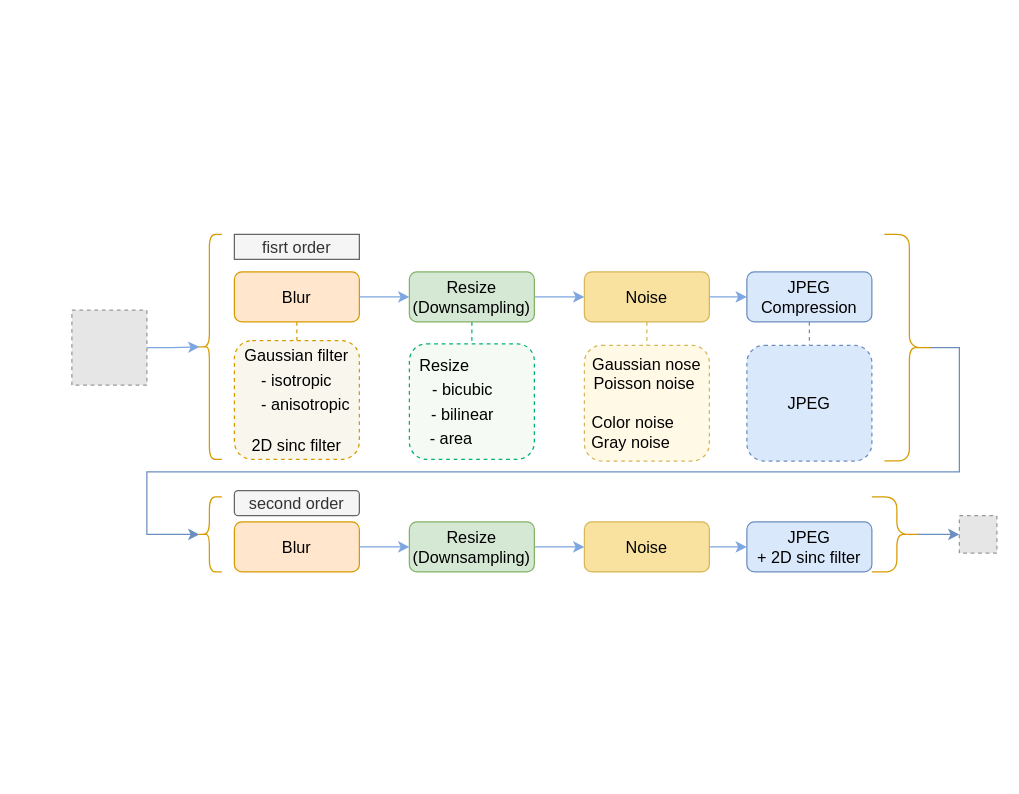
This is second-order-my.drawio from zhaoyangkun/draw.io, a draw.io file, before an edit. Source tidied: cells renumbered, new cells numbered last; positions are measured from the earlier drawing's top-left corner, leaving out a move shared by most shapes. Both pictures are drawn from the tidied source at 125%, with x=0, y=0 at pixel (71, 234). Pictures stored in the file or linked from it are replaced by grey dashed boxes.
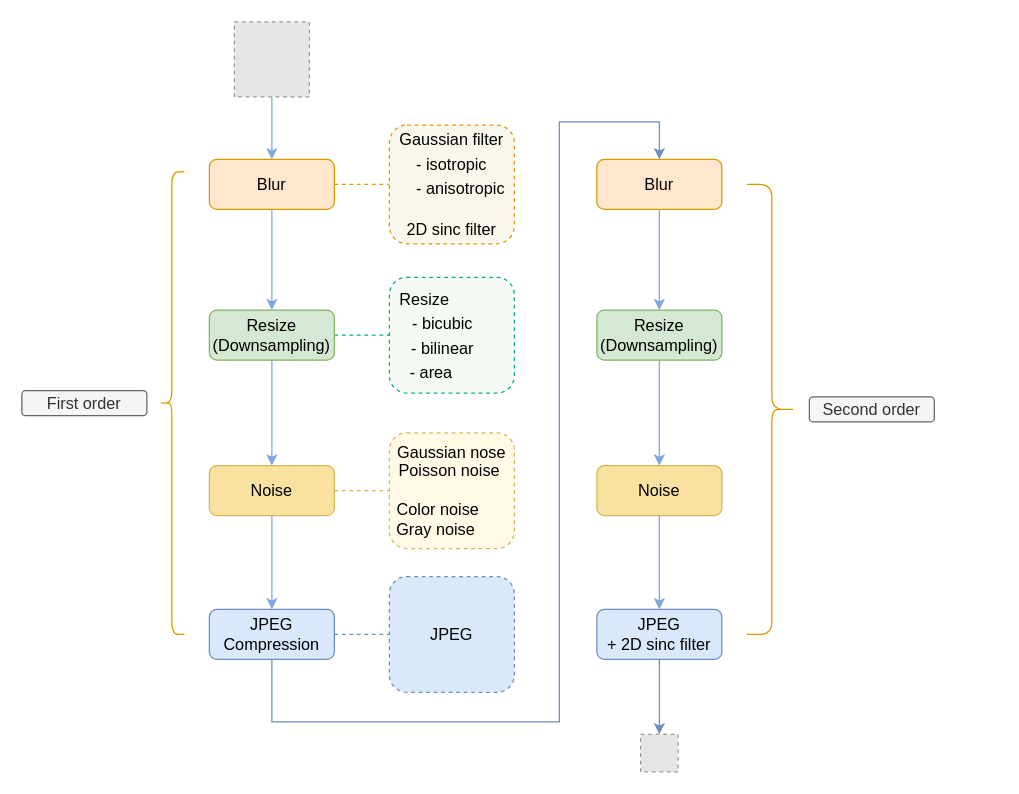
Above is the later version.

The edit, as a diff of the source:
```diff
@@
-    <mxCell id="2" style="edgeStyle=orthogonalEdgeStyle;rounded=0;jettySize=auto;html=1;entryX=0.1;entryY=0.5;entryDx=0;entryDy=0;entryPerimeter=0;fontFamily=Helvetica;fontSize=13;fontColor=default;endArrow=classic;endFill=1;strokeColor=#7EA6E0;" parent="1" edge="1" source="3" target="15">
+    <mxCell id="2" style="edgeStyle=orthogonalEdgeStyle;rounded=0;jettySize=auto;html=1;entryX=0.5;entryY=0;entryDx=0;entryDy=0;fontFamily=Helvetica;fontSize=13;fontColor=default;endArrow=classic;endFill=1;strokeColor=#7EA6E0;" parent="1" edge="1" source="3" target="6">
       <mxGeometry relative="1" as="geometry" />
     </mxCell>
     <mxCell id="3" style="fillColor=#E6E6E6;strokeColor=#999999;dashed=1;verticalLabelPosition=bottom;labelBackgroundColor=default;verticalAlign=top;fontSize=13;" parent="1" vertex="1">
-      <mxGeometry y="60.6" width="60" height="60" as="geometry" />
+      <mxGeometry x="130" y="-170" width="60" height="60" as="geometry" />
     </mxCell>
@@
-    <mxCell id="5" style="edgeStyle=orthogonalEdgeStyle;rounded=0;jettySize=auto;html=1;exitX=0.5;exitY=1;exitDx=0;exitDy=0;entryX=0.5;entryY=0;entryDx=0;entryDy=0;fontFamily=Helvetica;fontSize=13;fontColor=default;dashed=1;endArrow=none;endFill=0;strokeColor=#D79B00;" parent="1" edge="1" source="6" target="16">
+    <mxCell id="5" style="edgeStyle=orthogonalEdgeStyle;rounded=0;jettySize=auto;html=1;exitX=1;exitY=0.5;exitDx=0;exitDy=0;entryX=0;entryY=0.5;entryDx=0;entryDy=0;fontFamily=Helvetica;fontSize=13;fontColor=default;dashed=1;endArrow=none;endFill=0;strokeColor=#D79B00;" parent="1" edge="1" source="6" target="16">
       <mxGeometry relative="1" as="geometry" />
     </mxCell>
     <mxCell id="6" value="Blur" style="rounded=1;whiteSpace=wrap;html=1;fontFamily=Helvetica;fontSize=13;strokeColor=#d79b00;fillColor=#ffe6cc;" parent="1" vertex="1">
-      <mxGeometry x="130" y="30" width="100" height="40" as="geometry" />
+      <mxGeometry x="110" y="-60" width="100" height="40" as="geometry" />
     </mxCell>
-    <mxCell id="7" style="edgeStyle=orthogonalEdgeStyle;rounded=0;jettySize=auto;html=1;exitX=1;exitY=0.5;exitDx=0;exitDy=0;entryX=0;entryY=0.5;entryDx=0;entryDy=0;fontFamily=Helvetica;fontSize=13;fontColor=default;strokeColor=#7EA6E0;" parent="1" edge="1" source="9" target="12">
+    <mxCell id="7" style="edgeStyle=orthogonalEdgeStyle;rounded=0;jettySize=auto;html=1;exitX=0.5;exitY=1;exitDx=0;exitDy=0;entryX=0.5;entryY=0;entryDx=0;entryDy=0;fontFamily=Helvetica;fontSize=13;fontColor=default;strokeColor=#7EA6E0;" parent="1" edge="1" source="9" target="12">
       <mxGeometry relative="1" as="geometry" />
     </mxCell>
-    <mxCell id="8" style="edgeStyle=orthogonalEdgeStyle;rounded=0;jettySize=auto;html=1;exitX=0.5;exitY=1;exitDx=0;exitDy=0;entryX=0.5;entryY=0;entryDx=0;entryDy=0;fontFamily=Helvetica;fontSize=13;fontColor=default;endArrow=none;endFill=0;dashed=1;strokeColor=#01B177;" parent="1" edge="1" source="9" target="17">
+    <mxCell id="8" style="edgeStyle=orthogonalEdgeStyle;rounded=0;jettySize=auto;html=1;exitX=1;exitY=0.5;exitDx=0;exitDy=0;entryX=0;entryY=0.5;entryDx=0;entryDy=0;fontFamily=Helvetica;fontSize=13;fontColor=default;endArrow=none;endFill=0;dashed=1;strokeColor=#01B177;" parent="1" edge="1" source="9" target="17">
       <mxGeometry relative="1" as="geometry" />
     </mxCell>
     <mxCell id="9" value="Resize&lt;br style=&quot;font-size: 13px;&quot;&gt;(Downsampling)" style="rounded=1;whiteSpace=wrap;html=1;fontFamily=Helvetica;fontSize=13;strokeColor=#82b366;fillColor=#d5e8d4;" parent="1" vertex="1">
-      <mxGeometry x="270" y="30" width="100" height="40" as="geometry" />
+      <mxGeometry x="110" y="60.6" width="100" height="40" as="geometry" />
     </mxCell>
-    <mxCell id="10" style="edgeStyle=orthogonalEdgeStyle;rounded=0;jettySize=auto;html=1;exitX=1;exitY=0.5;exitDx=0;exitDy=0;fontFamily=Helvetica;fontSize=13;fontColor=default;strokeColor=#7EA6E0;" parent="1" edge="1" source="12" target="14">
+    <mxCell id="10" style="edgeStyle=orthogonalEdgeStyle;rounded=0;jettySize=auto;html=1;fontFamily=Helvetica;fontSize=13;fontColor=default;strokeColor=#7EA6E0;startArrow=none;" parent="1" edge="1" source="12" target="14">
       <mxGeometry relative="1" as="geometry" />
     </mxCell>
-    <mxCell id="11" style="edgeStyle=orthogonalEdgeStyle;rounded=0;jettySize=auto;html=1;exitX=0.5;exitY=1;exitDx=0;exitDy=0;entryX=0.5;entryY=0;entryDx=0;entryDy=0;dashed=1;fontFamily=Helvetica;fontSize=13;fontColor=default;endArrow=none;endFill=0;strokeColor=#D6B656;" parent="1" edge="1" source="12" target="18">
+    <mxCell id="11" style="edgeStyle=orthogonalEdgeStyle;rounded=0;jettySize=auto;html=1;exitX=1;exitY=0.5;exitDx=0;exitDy=0;entryX=0;entryY=0.5;entryDx=0;entryDy=0;dashed=1;fontFamily=Helvetica;fontSize=13;fontColor=default;endArrow=none;endFill=0;strokeColor=#D6B656;" parent="1" edge="1" source="12" target="18">
       <mxGeometry relative="1" as="geometry" />
     </mxCell>
-    <mxCell id="12" value="Noise" style="rounded=1;whiteSpace=wrap;html=1;fontFamily=Helvetica;fontSize=13;strokeColor=#d6b656;fillColor=#f9e29f;" parent="1" vertex="1">
-      <mxGeometry x="410" y="30" width="100" height="40" as="geometry" />
-    </mxCell>
-    <mxCell id="13" style="edgeStyle=orthogonalEdgeStyle;rounded=0;jettySize=auto;html=1;exitX=0.5;exitY=1;exitDx=0;exitDy=0;entryX=0.5;entryY=0;entryDx=0;entryDy=0;dashed=1;fontFamily=Helvetica;fontSize=13;fontColor=default;endArrow=none;endFill=0;strokeColor=#6C8EBF;" parent="1" edge="1" source="14" target="19">
+    <mxCell id="13" style="edgeStyle=orthogonalEdgeStyle;rounded=0;jettySize=auto;html=1;exitX=1;exitY=0.5;exitDx=0;exitDy=0;entryX=0;entryY=0.5;entryDx=0;entryDy=0;dashed=1;fontFamily=Helvetica;fontSize=13;fontColor=default;endArrow=none;endFill=0;strokeColor=#6C8EBF;" parent="1" edge="1" source="14" target="19">
       <mxGeometry relative="1" as="geometry" />
     </mxCell>
     <mxCell id="14" value="JPEG&lt;br style=&quot;font-size: 13px;&quot;&gt;Compression" style="rounded=1;whiteSpace=wrap;html=1;fontFamily=Helvetica;fontSize=13;strokeColor=#6c8ebf;fillColor=#dae8fc;" parent="1" vertex="1">
-      <mxGeometry x="540" y="30" width="100" height="40" as="geometry" />
+      <mxGeometry x="110" y="300" width="100" height="40" as="geometry" />
     </mxCell>
-    <mxCell id="15" style="shape=curlyBracket;whiteSpace=wrap;html=1;rounded=1;fontFamily=Helvetica;fontSize=13;fontColor=default;strokeColor=#d79b00;fillColor=#ffe6cc;" parent="1" vertex="1">
-      <mxGeometry x="100" width="20" height="180" as="geometry" />
-    </mxCell>
     <mxCell id="16" value="&lt;p style=&quot;line-height: 1.5; font-size: 13px;&quot;&gt;Gaussian filter&lt;br style=&quot;font-size: 13px;&quot;&gt;- isotropic&lt;br style=&quot;font-size: 13px;&quot;&gt;&amp;nbsp; &amp;nbsp; - anisotropic&lt;/p&gt;&lt;p style=&quot;line-height: 1.5; font-size: 13px;&quot;&gt;&lt;span style=&quot;background-color: initial;&quot;&gt;2D sinc filter&lt;/span&gt;&lt;/p&gt;" style="rounded=1;whiteSpace=wrap;html=1;fillColor=#f9f7ed;strokeColor=#D79B00;dashed=1;fontSize=13;" parent="1" vertex="1">
-      <mxGeometry x="130" y="85" width="100" height="95" as="geometry" />
+      <mxGeometry x="254" y="-87.5" width="100" height="95" as="geometry" />
     </mxCell>
     <mxCell id="17" value="&lt;p style=&quot;line-height: 1.5; font-size: 13px;&quot;&gt;Resize&amp;nbsp; &amp;nbsp; &amp;nbsp; &amp;nbsp; &amp;nbsp; &amp;nbsp;&amp;nbsp;&lt;br style=&quot;font-size: 13px;&quot;&gt;- bicubic&amp;nbsp; &amp;nbsp;&amp;nbsp;&lt;br style=&quot;font-size: 13px;&quot;&gt;&amp;nbsp; &amp;nbsp; - bilinear&amp;nbsp; &amp;nbsp; &amp;nbsp; &amp;nbsp;&amp;nbsp;&lt;br style=&quot;font-size: 13px;&quot;&gt;- area&amp;nbsp; &amp;nbsp; &amp;nbsp; &amp;nbsp; &amp;nbsp;&lt;/p&gt;" style="rounded=1;whiteSpace=wrap;html=1;fillColor=#f5fbf4;strokeColor=#01b177;dashed=1;shadow=0;fontSize=13;" parent="1" vertex="1">
-      <mxGeometry x="270" y="87.5" width="100" height="92.5" as="geometry" />
+      <mxGeometry x="254" y="34.4" width="100" height="92.5" as="geometry" />
     </mxCell>
     <mxCell id="18" value="&lt;span style=&quot;font-size: 13px;&quot;&gt;Gaussian nose&lt;/span&gt;&lt;br style=&quot;font-size: 13px;&quot;&gt;&lt;span style=&quot;font-size: 13px;&quot;&gt;Poisson noise&amp;nbsp;&lt;br style=&quot;font-size: 13px;&quot;&gt;&amp;nbsp;&lt;/span&gt;&lt;br style=&quot;font-size: 13px;&quot;&gt;&lt;span style=&quot;font-size: 13px;&quot;&gt;Color noise&amp;nbsp; &amp;nbsp; &amp;nbsp;&amp;nbsp;&lt;/span&gt;&lt;br style=&quot;font-size: 13px;&quot;&gt;&lt;span style=&quot;font-size: 13px;&quot;&gt;Gray noise&amp;nbsp; &amp;nbsp; &amp;nbsp; &amp;nbsp;&lt;/span&gt;" style="rounded=1;whiteSpace=wrap;html=1;fillColor=#fff9e5;strokeColor=#D6B656;dashed=1;shadow=0;align=center;fontSize=13;" parent="1" vertex="1">
-      <mxGeometry x="410" y="88.8" width="100" height="92.5" as="geometry" />
+      <mxGeometry x="254" y="158.8" width="100" height="92.5" as="geometry" />
     </mxCell>
     <mxCell id="19" value="JPEG" style="rounded=1;whiteSpace=wrap;html=1;fillColor=#DAE8FC;strokeColor=#6C8EBF;dashed=1;shadow=0;align=center;fontSize=13;" parent="1" vertex="1">
-      <mxGeometry x="540" y="88.8" width="100" height="92.5" as="geometry" />
+      <mxGeometry x="254" y="273.8" width="100" height="92.5" as="geometry" />
     </mxCell>
@@
     <mxCell id="21" value="Blur" style="rounded=1;whiteSpace=wrap;html=1;fontFamily=Helvetica;fontSize=13;strokeColor=#d79b00;fillColor=#ffe6cc;" parent="1" vertex="1">
-      <mxGeometry x="130" y="230" width="100" height="40" as="geometry" />
+      <mxGeometry x="420" y="-60" width="100" height="40" as="geometry" />
     </mxCell>
-    <mxCell id="22" style="edgeStyle=orthogonalEdgeStyle;rounded=0;jettySize=auto;html=1;exitX=1;exitY=0.5;exitDx=0;exitDy=0;entryX=0;entryY=0.5;entryDx=0;entryDy=0;fontFamily=Helvetica;fontSize=13;fontColor=default;strokeColor=#7EA6E0;" parent="1" edge="1" source="23" target="25">
+    <mxCell id="22" style="edgeStyle=orthogonalEdgeStyle;rounded=0;jettySize=auto;html=1;exitX=0.5;exitY=1;exitDx=0;exitDy=0;entryX=0.5;entryY=0;entryDx=0;entryDy=0;fontFamily=Helvetica;fontSize=13;fontColor=default;strokeColor=#7EA6E0;" parent="1" edge="1" source="23" target="25">
       <mxGeometry relative="1" as="geometry" />
     </mxCell>
     <mxCell id="23" value="Resize&lt;br style=&quot;font-size: 13px;&quot;&gt;(Downsampling)" style="rounded=1;whiteSpace=wrap;html=1;fontFamily=Helvetica;fontSize=13;strokeColor=#82b366;fillColor=#d5e8d4;" parent="1" vertex="1">
-      <mxGeometry x="270" y="230" width="100" height="40" as="geometry" />
+      <mxGeometry x="420" y="60.6" width="100" height="40" as="geometry" />
     </mxCell>
-    <mxCell id="24" style="edgeStyle=orthogonalEdgeStyle;rounded=0;jettySize=auto;html=1;exitX=1;exitY=0.5;exitDx=0;exitDy=0;fontFamily=Helvetica;fontSize=13;fontColor=default;strokeColor=#7EA6E0;" parent="1" edge="1" source="25" target="26">
+    <mxCell id="24" style="edgeStyle=orthogonalEdgeStyle;rounded=0;jettySize=auto;html=1;exitX=0.5;exitY=1;exitDx=0;exitDy=0;fontFamily=Helvetica;fontSize=13;fontColor=default;strokeColor=#7EA6E0;" parent="1" edge="1" source="25" target="26">
       <mxGeometry relative="1" as="geometry" />
     </mxCell>
     <mxCell id="25" value="Noise" style="rounded=1;whiteSpace=wrap;html=1;fontFamily=Helvetica;fontSize=13;strokeColor=#d6b656;fillColor=#f9e29f;" parent="1" vertex="1">
-      <mxGeometry x="410" y="230" width="100" height="40" as="geometry" />
+      <mxGeometry x="420" y="185" width="100" height="40" as="geometry" />
     </mxCell>
     <mxCell id="26" value="JPEG&lt;br style=&quot;font-size: 13px;&quot;&gt;+ 2D sinc filter" style="rounded=1;whiteSpace=wrap;html=1;fontFamily=Helvetica;fontSize=13;strokeColor=#6c8ebf;fillColor=#dae8fc;" parent="1" vertex="1">
-      <mxGeometry x="540" y="230" width="100" height="40" as="geometry" />
+      <mxGeometry x="420" y="300" width="100" height="40" as="geometry" />
     </mxCell>
-    <mxCell id="27" style="edgeStyle=orthogonalEdgeStyle;rounded=0;jettySize=auto;html=1;entryX=0.1;entryY=0.5;entryDx=0;entryDy=0;entryPerimeter=0;fontFamily=Helvetica;fontSize=13;fontColor=default;endArrow=classic;endFill=1;strokeColor=#6C8EBF;exitX=0.1;exitY=0.5;exitDx=0;exitDy=0;exitPerimeter=0;" parent="1" edge="1" source="28" target="29">
-      <mxGeometry relative="1" as="geometry">
-        <Array as="points">
-          <mxPoint x="710" y="91" />
-          <mxPoint x="710" y="190" />
-          <mxPoint x="60" y="190" />
-          <mxPoint x="60" y="240" />
-        </Array>
-      </mxGeometry>
-    </mxCell>
     <mxCell id="28" style="shape=curlyBracket;whiteSpace=wrap;html=1;rounded=1;flipH=1;fontFamily=Helvetica;fontSize=13;fontColor=default;strokeColor=#d79b00;fillColor=#ffe6cc;" parent="1" vertex="1">
-      <mxGeometry x="650" width="40" height="181.2" as="geometry" />
+      <mxGeometry x="540" y="-40" width="40" height="360" as="geometry" />
     </mxCell>
-    <mxCell id="29" style="shape=curlyBracket;whiteSpace=wrap;html=1;rounded=1;fontFamily=Helvetica;fontSize=13;fontColor=default;strokeColor=#d79b00;fillColor=#ffe6cc;size=0.5;" parent="1" vertex="1">
-      <mxGeometry x="100" y="210" width="20" height="60" as="geometry" />
-    </mxCell>
-    <mxCell id="30" value="fisrt order" style="rounded=0;whiteSpace=wrap;html=1;fontFamily=Helvetica;fontSize=13;fontColor=#333333;strokeColor=#666666;fillColor=#f5f5f5;" parent="1" vertex="1">
-      <mxGeometry x="130" width="100" height="20" as="geometry" />
-    </mxCell>
-    <mxCell id="31" value="second order" style="rounded=1;whiteSpace=wrap;html=1;fontFamily=Helvetica;fontSize=13;fontColor=#333333;strokeColor=#666666;fillColor=#f5f5f5;" parent="1" vertex="1">
-      <mxGeometry x="130" y="205" width="100" height="20" as="geometry" />
+    <mxCell id="31" value="Second order" style="rounded=1;whiteSpace=wrap;html=1;fontFamily=Helvetica;fontSize=13;fontColor=#333333;strokeColor=#666666;fillColor=#f5f5f5;" parent="1" vertex="1">
+      <mxGeometry x="590" y="130" width="100" height="20" as="geometry" />
     </mxCell>
     <mxCell id="32" style="fillColor=#E6E6E6;strokeColor=#999999;dashed=1;verticalLabelPosition=bottom;labelBackgroundColor=default;verticalAlign=top;fontSize=13;" parent="1" vertex="1">
-      <mxGeometry x="710" y="225" width="30" height="30" as="geometry" />
+      <mxGeometry x="455" y="400" width="30" height="30" as="geometry" />
     </mxCell>
-    <mxCell id="33" style="edgeStyle=orthogonalEdgeStyle;rounded=0;jettySize=auto;html=1;entryX=0;entryY=0.5;entryDx=0;entryDy=0;fontFamily=Helvetica;fontSize=13;fontColor=default;endArrow=classic;endFill=1;strokeColor=#6C8EBF;exitX=0.1;exitY=0.5;exitDx=0;exitDy=0;exitPerimeter=0;" parent="1" edge="1" source="34" target="32">
+    <mxCell id="33" style="edgeStyle=orthogonalEdgeStyle;rounded=0;jettySize=auto;html=1;entryX=0.5;entryY=0;entryDx=0;entryDy=0;fontFamily=Helvetica;fontSize=13;fontColor=default;endArrow=classic;endFill=1;strokeColor=#6C8EBF;exitX=0.5;exitY=1;exitDx=0;exitDy=0;" parent="1" edge="1" source="26" target="32">
       <mxGeometry relative="1" as="geometry" />
     </mxCell>
-    <mxCell id="34" style="shape=curlyBracket;whiteSpace=wrap;html=1;rounded=1;flipH=1;fontFamily=Helvetica;fontSize=13;fontColor=default;strokeColor=#d79b00;fillColor=#ffe6cc;size=0.5;" parent="1" vertex="1">
-      <mxGeometry x="640" y="210" width="40" height="60" as="geometry" />
-    </mxCell>
+    <mxCell id="12" value="Noise" style="rounded=1;whiteSpace=wrap;html=1;fontFamily=Helvetica;fontSize=13;strokeColor=#d6b656;fillColor=#f9e29f;" parent="1" vertex="1">
+      <mxGeometry x="110" y="185" width="100" height="40" as="geometry" />
+    </mxCell>
+    <mxCell id="35" style="shape=curlyBracket;whiteSpace=wrap;html=1;rounded=1;fontFamily=Helvetica;fontSize=13;fontColor=default;strokeColor=#d79b00;fillColor=#ffe6cc;size=0.5;" parent="1" vertex="1">
+      <mxGeometry x="70" y="-50" width="20" height="370" as="geometry" />
+    </mxCell>
+    <mxCell id="36" value="First order" style="rounded=1;whiteSpace=wrap;html=1;fontFamily=Helvetica;fontSize=13;fontColor=#333333;strokeColor=#666666;fillColor=#f5f5f5;" parent="1" vertex="1">
+      <mxGeometry x="-40" y="125" width="100" height="20" as="geometry" />
+    </mxCell>
+    <mxCell id="37" style="edgeStyle=orthogonalEdgeStyle;rounded=0;jettySize=auto;html=1;entryX=0.5;entryY=0;entryDx=0;entryDy=0;fontFamily=Helvetica;fontSize=13;fontColor=default;endArrow=classic;endFill=1;strokeColor=#6C8EBF;exitX=0.5;exitY=1;exitDx=0;exitDy=0;" parent="1" edge="1" source="14" target="21">
+      <mxGeometry relative="1" as="geometry">
+        <Array as="points">
+          <mxPoint x="160" y="390" />
+          <mxPoint x="390" y="390" />
+          <mxPoint x="390" y="-90" />
+          <mxPoint x="470" y="-90" />
+        </Array>
+      </mxGeometry>
+    </mxCell>
```
